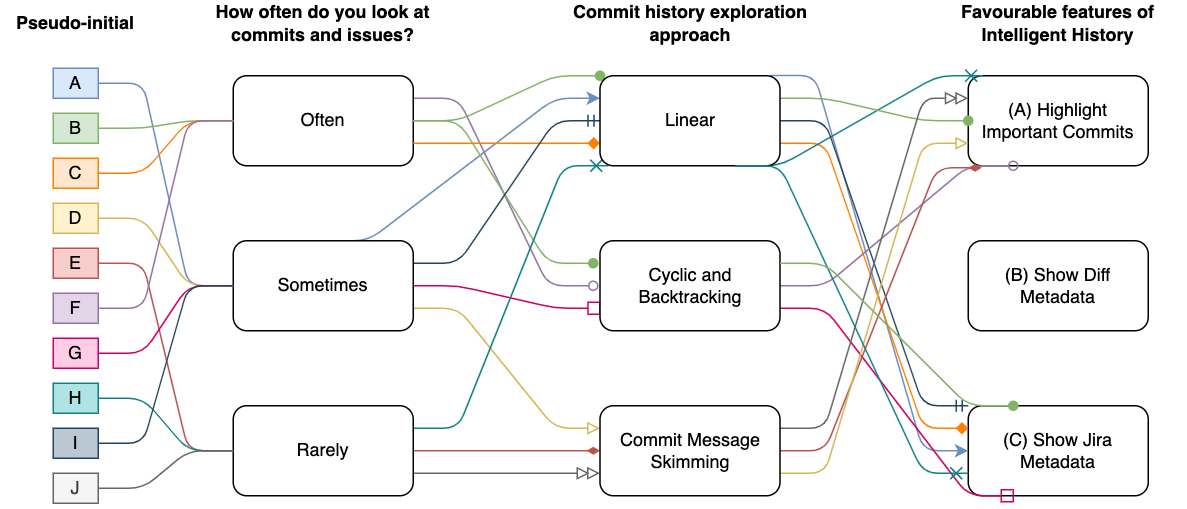
This is images/flow-chart-ind.png from alison-li/ubcthesis, a draw.io export, as it was before one commit. Source tidied: cells renumbered, new cells last; positions are measured from the earlier drawing's top-left corner, leaving out a move shared by most shapes. The source it was exported from:
```xml
<mxGraphModel>
  <root>
    <mxCell id="0" />
    <mxCell id="1" parent="0" />
    <mxCell id="2" value="(A) Highlight Important Commits" style="rounded=1;whiteSpace=wrap;html=1;align=center;" parent="1" vertex="1">
      <mxGeometry x="645" y="50" width="120" height="60" as="geometry" />
    </mxCell>
    <mxCell id="3" value="(B) Show Diff Metadata" style="rounded=1;whiteSpace=wrap;html=1;" parent="1" vertex="1">
      <mxGeometry x="645" y="160" width="120" height="60" as="geometry" />
    </mxCell>
    <mxCell id="4" value="(C) Show Jira Metadata" style="rounded=1;whiteSpace=wrap;html=1;" parent="1" vertex="1">
      <mxGeometry x="645" y="270" width="120" height="60" as="geometry" />
    </mxCell>
    <mxCell id="5" style="edgeStyle=entityRelationEdgeStyle;jettySize=auto;html=1;exitX=1;exitY=0.25;exitDx=0;exitDy=0;strokeWidth=1;fillColor=#e1d5e7;strokeColor=#9673a6;endArrow=oval;endFill=0;" parent="1" edge="1" source="6">
      <mxGeometry relative="1" as="geometry">
        <mxPoint x="395" y="190" as="targetPoint" />
      </mxGeometry>
    </mxCell>
    <mxCell id="6" value="Often" style="rounded=1;whiteSpace=wrap;html=1;strokeWidth=1;" parent="1" vertex="1">
      <mxGeometry x="155" y="50" width="120" height="60" as="geometry" />
    </mxCell>
    <mxCell id="7" style="edgeStyle=entityRelationEdgeStyle;jettySize=auto;html=1;exitX=0.5;exitY=0;exitDx=0;exitDy=0;entryX=0;entryY=0.25;entryDx=0;entryDy=0;strokeWidth=1;fillColor=#dae8fc;strokeColor=#6c8ebf;" parent="1" edge="1" source="14" target="24">
      <mxGeometry relative="1" as="geometry" />
    </mxCell>
    <mxCell id="8" style="edgeStyle=entityRelationEdgeStyle;jettySize=auto;html=1;exitX=1;exitY=0.5;exitDx=0;exitDy=0;strokeWidth=1;fillColor=#d5e8d4;strokeColor=#82b366;entryX=0;entryY=0;entryDx=0;entryDy=0;endArrow=oval;endFill=1;" parent="1" edge="1" source="6" target="24">
      <mxGeometry relative="1" as="geometry" />
    </mxCell>
    <mxCell id="9" style="edgeStyle=entityRelationEdgeStyle;jettySize=auto;html=1;exitX=1;exitY=0.5;exitDx=0;exitDy=0;strokeWidth=1;fillColor=#d5e8d4;strokeColor=#82b366;endArrow=oval;endFill=1;" parent="1" edge="1" source="6">
      <mxGeometry relative="1" as="geometry">
        <mxPoint x="395" y="175" as="targetPoint" />
      </mxGeometry>
    </mxCell>
    <mxCell id="10" style="edgeStyle=entityRelationEdgeStyle;jettySize=auto;html=1;exitX=1;exitY=0.75;exitDx=0;exitDy=0;strokeWidth=1;fillColor=#ffe6cc;strokeColor=#FF8000;entryX=0;entryY=0.75;entryDx=0;entryDy=0;endArrow=diamond;endFill=1;" parent="1" edge="1" source="6" target="24">
      <mxGeometry relative="1" as="geometry" />
    </mxCell>
    <mxCell id="11" style="edgeStyle=entityRelationEdgeStyle;jettySize=auto;html=1;exitX=1;exitY=0.75;exitDx=0;exitDy=0;entryX=0;entryY=0.25;entryDx=0;entryDy=0;strokeWidth=1;fillColor=#fff2cc;strokeColor=#d6b656;endArrow=block;endFill=0;" parent="1" edge="1" source="14" target="31">
      <mxGeometry relative="1" as="geometry" />
    </mxCell>
    <mxCell id="12" style="edgeStyle=entityRelationEdgeStyle;jettySize=auto;html=1;strokeColor=#CC0066;strokeWidth=1;endArrow=box;endFill=0;entryX=0;entryY=0.75;entryDx=0;entryDy=0;" parent="1" edge="1" source="14" target="27">
      <mxGeometry relative="1" as="geometry" />
    </mxCell>
    <mxCell id="13" style="edgeStyle=entityRelationEdgeStyle;jettySize=auto;html=1;entryX=0;entryY=0.5;entryDx=0;entryDy=0;strokeColor=#23445d;strokeWidth=1;fillColor=#bac8d3;endArrow=ERmandOne;endFill=0;exitX=1;exitY=0.25;exitDx=0;exitDy=0;" parent="1" edge="1" source="14" target="24">
      <mxGeometry relative="1" as="geometry" />
    </mxCell>
    <mxCell id="14" value="Sometimes" style="rounded=1;whiteSpace=wrap;html=1;" parent="1" vertex="1">
      <mxGeometry x="155" y="160" width="120" height="60" as="geometry" />
    </mxCell>
    <mxCell id="15" style="edgeStyle=entityRelationEdgeStyle;jettySize=auto;html=1;entryX=0;entryY=0.5;entryDx=0;entryDy=0;strokeWidth=1;fillColor=#f8cecc;strokeColor=#b85450;endArrow=diamondThin;endFill=1;" parent="1" edge="1" source="18" target="31">
      <mxGeometry relative="1" as="geometry" />
    </mxCell>
    <mxCell id="16" style="edgeStyle=entityRelationEdgeStyle;jettySize=auto;html=1;strokeColor=#0e8088;strokeWidth=1;fillColor=#b0e3e6;exitX=1;exitY=0.25;exitDx=0;exitDy=0;endArrow=cross;endFill=0;" parent="1" edge="1" source="18">
      <mxGeometry relative="1" as="geometry">
        <mxPoint x="405" y="110" as="targetPoint" />
      </mxGeometry>
    </mxCell>
    <mxCell id="17" style="edgeStyle=entityRelationEdgeStyle;jettySize=auto;html=1;exitX=1;exitY=0.75;exitDx=0;exitDy=0;entryX=0;entryY=0.75;entryDx=0;entryDy=0;strokeColor=#666666;strokeWidth=1;fillColor=#f5f5f5;endArrow=doubleBlock;endFill=0;" parent="1" edge="1" source="18" target="31">
      <mxGeometry relative="1" as="geometry" />
    </mxCell>
    <mxCell id="18" value="Rarely" style="rounded=1;whiteSpace=wrap;html=1;" parent="1" vertex="1">
      <mxGeometry x="155" y="270" width="120" height="60" as="geometry" />
    </mxCell>
    <mxCell id="19" style="edgeStyle=entityRelationEdgeStyle;jettySize=auto;html=1;strokeWidth=1;fillColor=#dae8fc;strokeColor=#6c8ebf;exitX=0.944;exitY=-0.003;exitDx=0;exitDy=0;exitPerimeter=0;entryX=0;entryY=0.5;entryDx=0;entryDy=0;" parent="1" edge="1" source="24" target="4">
      <mxGeometry relative="1" as="geometry" />
    </mxCell>
    <mxCell id="20" style="edgeStyle=entityRelationEdgeStyle;jettySize=auto;html=1;entryX=0;entryY=0.25;entryDx=0;entryDy=0;strokeWidth=1;fillColor=#ffe6cc;strokeColor=#FF8000;exitX=1;exitY=0.75;exitDx=0;exitDy=0;endArrow=diamond;endFill=1;" parent="1" edge="1" source="24" target="4">
      <mxGeometry relative="1" as="geometry" />
    </mxCell>
    <mxCell id="21" style="edgeStyle=entityRelationEdgeStyle;jettySize=auto;html=1;exitX=0.75;exitY=1;exitDx=0;exitDy=0;entryX=0.083;entryY=0;entryDx=0;entryDy=0;strokeColor=#0e8088;strokeWidth=1;fillColor=#b0e3e6;endArrow=cross;endFill=0;entryPerimeter=0;" parent="1" edge="1" source="24" target="2">
      <mxGeometry relative="1" as="geometry" />
    </mxCell>
    <mxCell id="22" style="edgeStyle=entityRelationEdgeStyle;jettySize=auto;html=1;entryX=0;entryY=0;entryDx=0;entryDy=0;strokeColor=#23445d;strokeWidth=1;fillColor=#bac8d3;exitX=1;exitY=0.5;exitDx=0;exitDy=0;endArrow=ERmandOne;endFill=0;" parent="1" edge="1" source="24" target="4">
      <mxGeometry relative="1" as="geometry" />
    </mxCell>
    <mxCell id="23" style="edgeStyle=entityRelationEdgeStyle;jettySize=auto;html=1;exitX=1;exitY=0.25;exitDx=0;exitDy=0;entryX=0;entryY=0.5;entryDx=0;entryDy=0;endArrow=oval;endFill=1;strokeColor=#82b366;strokeWidth=1;fillColor=#d5e8d4;" parent="1" edge="1" source="24" target="2">
      <mxGeometry relative="1" as="geometry" />
    </mxCell>
    <mxCell id="24" value="Linear" style="rounded=1;whiteSpace=wrap;html=1;" parent="1" vertex="1">
      <mxGeometry x="399.5" y="50" width="120" height="60" as="geometry" />
    </mxCell>
    <mxCell id="25" style="edgeStyle=entityRelationEdgeStyle;jettySize=auto;html=1;exitX=1;exitY=0.5;exitDx=0;exitDy=0;strokeWidth=1;fillColor=#e1d5e7;strokeColor=#9673a6;endArrow=oval;endFill=0;entryX=0.25;entryY=1;entryDx=0;entryDy=0;" parent="1" edge="1" source="27" target="2">
      <mxGeometry relative="1" as="geometry" />
    </mxCell>
    <mxCell id="26" style="edgeStyle=entityRelationEdgeStyle;jettySize=auto;html=1;exitX=1;exitY=0.75;exitDx=0;exitDy=0;strokeColor=#CC0066;strokeWidth=1;endArrow=box;endFill=0;" parent="1" edge="1" source="27">
      <mxGeometry relative="1" as="geometry">
        <mxPoint x="675" y="330" as="targetPoint" />
      </mxGeometry>
    </mxCell>
    <mxCell id="27" value="Cyclic and Backtracking" style="rounded=1;whiteSpace=wrap;html=1;" parent="1" vertex="1">
      <mxGeometry x="399.5" y="160" width="120" height="60" as="geometry" />
    </mxCell>
    <mxCell id="28" style="edgeStyle=entityRelationEdgeStyle;jettySize=auto;html=1;entryX=0.075;entryY=1.023;entryDx=0;entryDy=0;strokeWidth=1;fillColor=#f8cecc;strokeColor=#b85450;endArrow=diamondThin;endFill=1;entryPerimeter=0;" parent="1" edge="1" source="31" target="2">
      <mxGeometry relative="1" as="geometry" />
    </mxCell>
    <mxCell id="29" style="edgeStyle=entityRelationEdgeStyle;jettySize=auto;html=1;exitX=1;exitY=0.25;exitDx=0;exitDy=0;entryX=0;entryY=0.25;entryDx=0;entryDy=0;strokeColor=#666666;strokeWidth=1;fillColor=#f5f5f5;endArrow=doubleBlock;endFill=0;" parent="1" edge="1" source="31" target="2">
      <mxGeometry relative="1" as="geometry" />
    </mxCell>
    <mxCell id="30" style="edgeStyle=entityRelationEdgeStyle;jettySize=auto;html=1;exitX=1;exitY=0.75;exitDx=0;exitDy=0;entryX=0;entryY=0.75;entryDx=0;entryDy=0;strokeColor=#d6b656;strokeWidth=1;fillColor=#fff2cc;endArrow=block;endFill=0;" parent="1" edge="1" source="31" target="2">
      <mxGeometry relative="1" as="geometry" />
    </mxCell>
    <mxCell id="31" value="Commit Message Skimming" style="rounded=1;whiteSpace=wrap;html=1;" parent="1" vertex="1">
      <mxGeometry x="399.5" y="270" width="120" height="60" as="geometry" />
    </mxCell>
    <mxCell id="32" value="How often do you look at commits and issues?" style="text;html=1;strokeColor=none;fillColor=none;align=center;verticalAlign=middle;whiteSpace=wrap;rounded=0;fontStyle=1;" parent="1" vertex="1">
      <mxGeometry x="130" width="170" height="30" as="geometry" />
    </mxCell>
    <mxCell id="33" value="Commit history exploration approach" style="text;html=1;strokeColor=none;fillColor=none;align=center;verticalAlign=middle;whiteSpace=wrap;rounded=0;fontStyle=1;" parent="1" vertex="1">
      <mxGeometry x="374.5" width="170" height="30" as="geometry" />
    </mxCell>
    <mxCell id="34" value="Favourable features of Intelligent History" style="text;html=1;strokeColor=none;fillColor=none;align=center;verticalAlign=middle;whiteSpace=wrap;rounded=0;fontStyle=1;" parent="1" vertex="1">
      <mxGeometry x="620" width="170" height="30" as="geometry" />
    </mxCell>
    <mxCell id="35" style="edgeStyle=entityRelationEdgeStyle;jettySize=auto;html=1;exitX=1;exitY=0.5;exitDx=0;exitDy=0;strokeWidth=1;fillColor=#dae8fc;strokeColor=#6c8ebf;entryX=0;entryY=0.5;entryDx=0;entryDy=0;endArrow=none;endFill=0;" parent="1" edge="1" source="36" target="14">
      <mxGeometry relative="1" as="geometry" />
    </mxCell>
    <mxCell id="36" value="A" style="rounded=0;whiteSpace=wrap;html=1;strokeWidth=1;fillColor=#dae8fc;strokeColor=#6c8ebf;" parent="1" vertex="1">
      <mxGeometry x="35" y="45" width="30" height="20" as="geometry" />
    </mxCell>
    <mxCell id="37" style="edgeStyle=entityRelationEdgeStyle;jettySize=auto;html=1;exitX=1;exitY=0.5;exitDx=0;exitDy=0;entryX=0;entryY=0.5;entryDx=0;entryDy=0;strokeWidth=1;fillColor=#d5e8d4;strokeColor=#82b366;endArrow=none;endFill=0;" parent="1" edge="1" source="38" target="6">
      <mxGeometry relative="1" as="geometry" />
    </mxCell>
    <mxCell id="38" value="B" style="rounded=0;whiteSpace=wrap;html=1;strokeWidth=1;fillColor=#d5e8d4;strokeColor=#82b366;" parent="1" vertex="1">
      <mxGeometry x="35" y="75" width="30" height="20" as="geometry" />
    </mxCell>
    <mxCell id="39" style="edgeStyle=entityRelationEdgeStyle;jettySize=auto;html=1;exitX=1;exitY=0.5;exitDx=0;exitDy=0;entryX=0;entryY=0.5;entryDx=0;entryDy=0;strokeWidth=1;fillColor=#ffe6cc;strokeColor=#FF8000;endArrow=none;endFill=0;" parent="1" edge="1" source="40" target="6">
      <mxGeometry relative="1" as="geometry" />
    </mxCell>
    <mxCell id="40" value="C" style="rounded=0;whiteSpace=wrap;html=1;strokeWidth=1;fillColor=#ffe6cc;strokeColor=#FF8000;" parent="1" vertex="1">
      <mxGeometry x="35" y="105" width="30" height="20" as="geometry" />
    </mxCell>
    <mxCell id="41" value="Pseudo-initial" style="text;html=1;strokeColor=none;fillColor=none;align=center;verticalAlign=middle;whiteSpace=wrap;rounded=0;fontStyle=1;" parent="1" vertex="1">
      <mxGeometry width="100" height="30" as="geometry" />
    </mxCell>
    <mxCell id="42" style="edgeStyle=entityRelationEdgeStyle;jettySize=auto;html=1;exitX=1;exitY=0.5;exitDx=0;exitDy=0;entryX=0;entryY=0.5;entryDx=0;entryDy=0;strokeWidth=1;fillColor=#fff2cc;strokeColor=#d6b656;endArrow=none;endFill=0;" parent="1" edge="1" source="43" target="14">
      <mxGeometry relative="1" as="geometry" />
    </mxCell>
    <mxCell id="43" value="D" style="rounded=0;whiteSpace=wrap;html=1;strokeWidth=1;fillColor=#fff2cc;strokeColor=#d6b656;" parent="1" vertex="1">
      <mxGeometry x="35" y="135" width="30" height="20" as="geometry" />
    </mxCell>
    <mxCell id="44" style="edgeStyle=entityRelationEdgeStyle;jettySize=auto;html=1;exitX=1;exitY=0.5;exitDx=0;exitDy=0;entryX=0;entryY=0.5;entryDx=0;entryDy=0;strokeWidth=1;fillColor=#f8cecc;strokeColor=#b85450;endArrow=none;endFill=0;" parent="1" edge="1" source="45" target="18">
      <mxGeometry relative="1" as="geometry" />
    </mxCell>
    <mxCell id="45" value="E" style="rounded=0;whiteSpace=wrap;html=1;strokeWidth=1;fillColor=#f8cecc;strokeColor=#b85450;" parent="1" vertex="1">
      <mxGeometry x="35" y="165" width="30" height="20" as="geometry" />
    </mxCell>
    <mxCell id="46" style="edgeStyle=entityRelationEdgeStyle;jettySize=auto;html=1;exitX=1;exitY=0.5;exitDx=0;exitDy=0;entryX=0;entryY=0.5;entryDx=0;entryDy=0;strokeWidth=1;fillColor=#e1d5e7;strokeColor=#9673a6;endArrow=none;endFill=0;" parent="1" edge="1" source="47" target="6">
      <mxGeometry relative="1" as="geometry" />
    </mxCell>
    <mxCell id="47" value="F" style="rounded=0;whiteSpace=wrap;html=1;strokeWidth=1;fillColor=#e1d5e7;strokeColor=#9673a6;" parent="1" vertex="1">
      <mxGeometry x="35" y="195" width="30" height="20" as="geometry" />
    </mxCell>
    <mxCell id="48" style="edgeStyle=entityRelationEdgeStyle;jettySize=auto;html=1;exitX=1;exitY=0.5;exitDx=0;exitDy=0;entryX=0;entryY=0.5;entryDx=0;entryDy=0;strokeWidth=1;fillColor=#fad9d5;strokeColor=#CC0066;endArrow=none;endFill=0;" parent="1" edge="1" source="49" target="14">
      <mxGeometry relative="1" as="geometry" />
    </mxCell>
    <mxCell id="49" value="G" style="rounded=0;whiteSpace=wrap;html=1;strokeWidth=1;fillColor=#FFCCE6;strokeColor=#CC0066;" parent="1" vertex="1">
      <mxGeometry x="35" y="225" width="30" height="20" as="geometry" />
    </mxCell>
    <mxCell id="50" style="edgeStyle=entityRelationEdgeStyle;jettySize=auto;html=1;exitX=1;exitY=0.5;exitDx=0;exitDy=0;entryX=0;entryY=0.5;entryDx=0;entryDy=0;strokeColor=#0e8088;strokeWidth=1;fillColor=#b0e3e6;endArrow=none;endFill=0;" parent="1" edge="1" source="51" target="18">
      <mxGeometry relative="1" as="geometry" />
    </mxCell>
    <mxCell id="51" value="H" style="rounded=0;whiteSpace=wrap;html=1;strokeWidth=1;fillColor=#b0e3e6;strokeColor=#0e8088;" parent="1" vertex="1">
      <mxGeometry x="35" y="255" width="30" height="20" as="geometry" />
    </mxCell>
    <mxCell id="52" style="edgeStyle=entityRelationEdgeStyle;jettySize=auto;html=1;exitX=1;exitY=0.5;exitDx=0;exitDy=0;strokeColor=#23445d;strokeWidth=1;entryX=0;entryY=0.5;entryDx=0;entryDy=0;fillColor=#bac8d3;endArrow=none;endFill=0;" parent="1" edge="1" source="53" target="14">
      <mxGeometry relative="1" as="geometry" />
    </mxCell>
    <mxCell id="53" value="I" style="rounded=0;whiteSpace=wrap;html=1;strokeWidth=1;fillColor=#bac8d3;strokeColor=#23445d;" parent="1" vertex="1">
      <mxGeometry x="35" y="285" width="30" height="20" as="geometry" />
    </mxCell>
    <mxCell id="54" style="edgeStyle=entityRelationEdgeStyle;jettySize=auto;html=1;exitX=0.75;exitY=1;exitDx=0;exitDy=0;entryX=0;entryY=0.75;entryDx=0;entryDy=0;strokeColor=#0e8088;strokeWidth=1;fillColor=#b0e3e6;endArrow=cross;endFill=0;" parent="1" edge="1" source="24" target="4">
      <mxGeometry relative="1" as="geometry" />
    </mxCell>
    <mxCell id="55" style="edgeStyle=entityRelationEdgeStyle;jettySize=auto;html=1;exitX=1;exitY=0.5;exitDx=0;exitDy=0;strokeColor=#666666;strokeWidth=1;fillColor=#f5f5f5;endArrow=none;endFill=0;" parent="1" edge="1" source="56">
      <mxGeometry relative="1" as="geometry">
        <mxPoint x="155" y="300" as="targetPoint" />
      </mxGeometry>
    </mxCell>
    <mxCell id="56" value="J" style="rounded=0;whiteSpace=wrap;html=1;strokeWidth=1;fillColor=#f5f5f5;strokeColor=#666666;fontColor=#333333;" parent="1" vertex="1">
      <mxGeometry x="35" y="315" width="30" height="20" as="geometry" />
    </mxCell>
    <mxCell id="57" style="edgeStyle=entityRelationEdgeStyle;jettySize=auto;html=1;endArrow=oval;endFill=1;strokeColor=#82b366;strokeWidth=1;fillColor=#d5e8d4;entryX=0.25;entryY=0;entryDx=0;entryDy=0;exitX=1;exitY=0.25;exitDx=0;exitDy=0;fontStyle=1;" parent="1" edge="1" source="27" target="4">
      <mxGeometry relative="1" as="geometry" />
    </mxCell>
  </root>
</mxGraphModel>
```
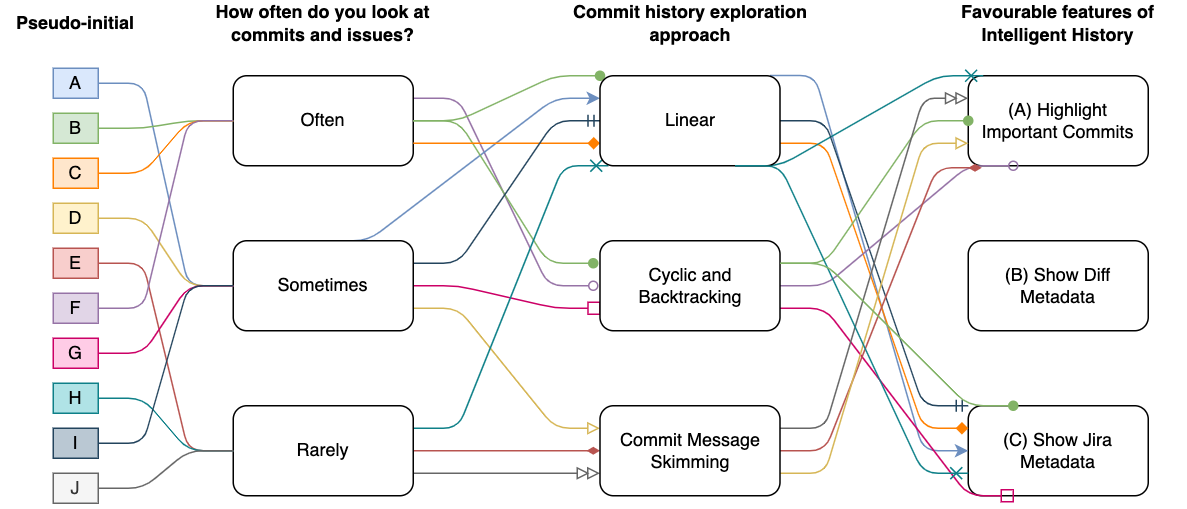
Later version of the same file.

Change to the diagram source:
```diff
@@ -71,7 +71,7 @@
     <mxCell id="22" style="edgeStyle=entityRelationEdgeStyle;jettySize=auto;html=1;entryX=0;entryY=0;entryDx=0;entryDy=0;strokeColor=#23445d;strokeWidth=1;fillColor=#bac8d3;exitX=1;exitY=0.5;exitDx=0;exitDy=0;endArrow=ERmandOne;endFill=0;" parent="1" edge="1" source="24" target="4">
       <mxGeometry relative="1" as="geometry" />
     </mxCell>
-    <mxCell id="23" style="edgeStyle=entityRelationEdgeStyle;jettySize=auto;html=1;exitX=1;exitY=0.25;exitDx=0;exitDy=0;entryX=0;entryY=0.5;entryDx=0;entryDy=0;endArrow=oval;endFill=1;strokeColor=#82b366;strokeWidth=1;fillColor=#d5e8d4;" parent="1" edge="1" source="24" target="2">
+    <mxCell id="23" style="edgeStyle=entityRelationEdgeStyle;jettySize=auto;html=1;exitX=1;exitY=0.25;exitDx=0;exitDy=0;entryX=0;entryY=0.5;entryDx=0;entryDy=0;endArrow=oval;endFill=1;strokeColor=#82b366;strokeWidth=1;fillColor=#d5e8d4;" parent="1" edge="1" source="27" target="2">
       <mxGeometry relative="1" as="geometry" />
     </mxCell>
     <mxCell id="24" value="Linear" style="rounded=1;whiteSpace=wrap;html=1;" parent="1" vertex="1">
```
